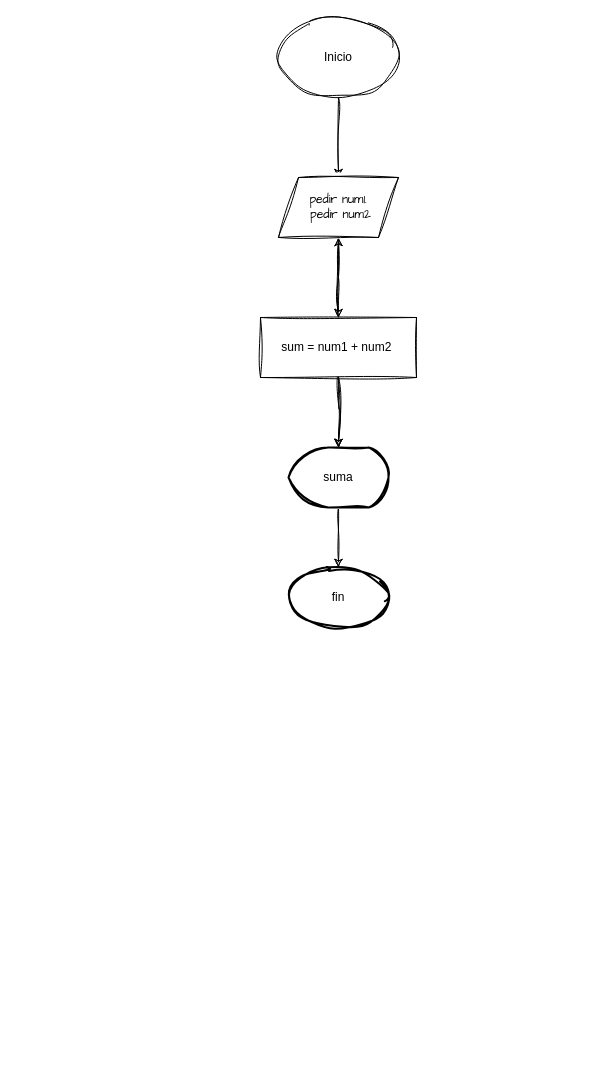
The draw.io diagram Entorno de desarollo/Draw/1.drawio in AlexisVennegas/FP-DUAL, before the edit. Source tidied: cells renumbered, new cells numbered last; positions are measured from the earlier drawing's top-left corner, leaving out a move shared by most shapes. Both pictures are drawn from the tidied source at 100%, with x=0, y=0 at pixel (260, 17).
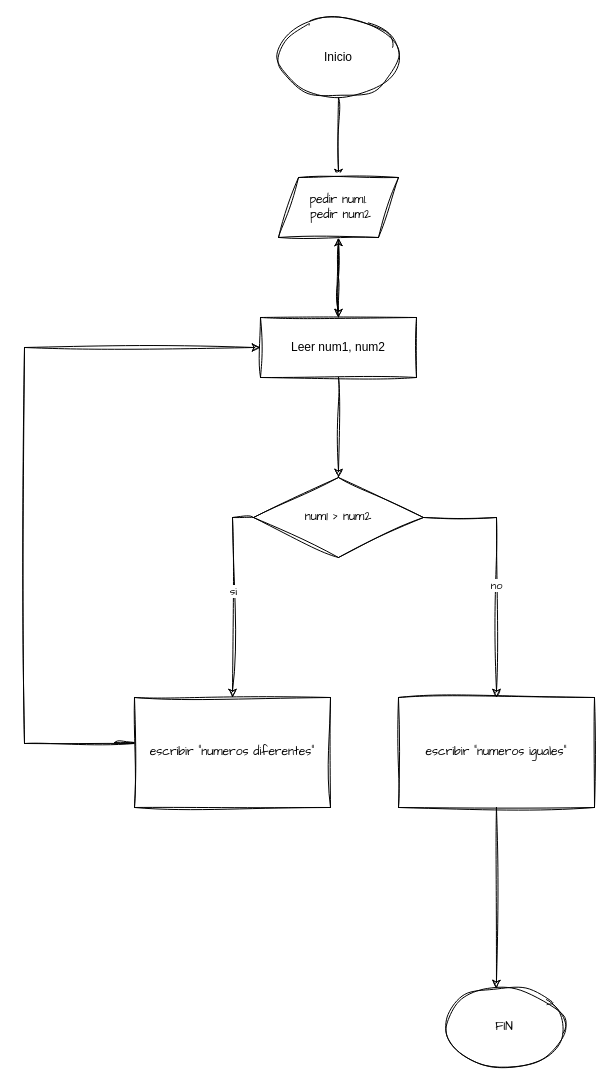
The same page after the edit.

The edit, as a diff of the source:
```diff
@@
-    <mxCell id="4" style="edgeStyle=orthogonalEdgeStyle;rounded=0;jettySize=auto;html=1;sketch=1;curveFitting=1;jiggle=2;labelBackgroundColor=none;fontColor=default;" parent="1" edge="1" source="5" target="6">
-      <mxGeometry relative="1" as="geometry" />
-    </mxCell>
-    <mxCell id="5" value="suma" style="strokeWidth=2;html=1;shape=mxgraph.flowchart.display;whiteSpace=wrap;sketch=1;curveFitting=1;jiggle=2;labelBackgroundColor=none;" parent="1" vertex="1">
-      <mxGeometry x="28" y="430" width="100" height="60" as="geometry" />
-    </mxCell>
-    <mxCell id="6" value="fin" style="strokeWidth=2;html=1;shape=mxgraph.flowchart.start_1;whiteSpace=wrap;sketch=1;curveFitting=1;jiggle=2;labelBackgroundColor=none;" parent="1" vertex="1">
-      <mxGeometry x="28" y="550" width="100" height="60" as="geometry" />
-    </mxCell>
-    <mxCell id="7" style="edgeStyle=orthogonalEdgeStyle;rounded=0;jettySize=auto;html=1;sketch=1;curveFitting=1;jiggle=2;labelBackgroundColor=none;fontColor=default;" parent="1" edge="1" target="5">
-      <mxGeometry relative="1" as="geometry">
-        <mxPoint x="78" y="350" as="sourcePoint" />
-      </mxGeometry>
-    </mxCell>
@@
-    <mxCell id="9" style="edgeStyle=orthogonalEdgeStyle;rounded=0;sketch=1;hachureGap=4;jiggle=2;curveFitting=1;jettySize=auto;html=1;fontFamily=Architects Daughter;exitX=0.5;exitY=1;exitDx=0;exitDy=0;labelBackgroundColor=none;fontColor=default;" parent="1" edge="1" source="10" target="5">
-      <mxGeometry relative="1" as="geometry" />
-    </mxCell>
+    <mxCell id="13" style="edgeStyle=orthogonalEdgeStyle;rounded=0;sketch=1;hachureGap=4;jiggle=2;curveFitting=1;jettySize=auto;html=1;entryX=0.5;entryY=0;entryDx=0;entryDy=0;fontFamily=Architects Daughter;" parent="1" edge="1" source="10" target="22">
+      <mxGeometry relative="1" as="geometry" />
+    </mxCell>
-    <mxCell id="10" value="sum = num1 + num2&amp;nbsp;" style="whiteSpace=wrap;html=1;sketch=1;curveFitting=1;jiggle=2;labelBackgroundColor=none;" parent="1" vertex="1">
+    <mxCell id="10" value="Leer num1, num2" style="whiteSpace=wrap;html=1;sketch=1;curveFitting=1;jiggle=2;labelBackgroundColor=none;" parent="1" vertex="1">
       <mxGeometry y="300" width="156" height="60" as="geometry" />
     </mxCell>
@@
+    <mxCell id="14" style="edgeStyle=orthogonalEdgeStyle;rounded=0;sketch=1;hachureGap=4;jiggle=2;curveFitting=1;jettySize=auto;html=1;exitX=0;exitY=0.5;exitDx=0;exitDy=0;entryX=0.5;entryY=0;entryDx=0;entryDy=0;fontFamily=Architects Daughter;" parent="1" edge="1" source="22" target="19">
+      <mxGeometry relative="1" as="geometry" />
+    </mxCell>
+    <mxCell id="15" value="&amp;nbsp; si&amp;nbsp; &amp;nbsp;" style="edgeLabel;html=1;align=center;verticalAlign=middle;sketch=1;hachureGap=4;jiggle=2;curveFitting=1;fontFamily=Architects Daughter;" parent="14" vertex="1">
+      <mxGeometry x="-0.06" y="2" relative="1" as="geometry" />
+    </mxCell>
+    <mxCell id="16" style="edgeStyle=orthogonalEdgeStyle;rounded=0;sketch=1;hachureGap=4;jiggle=2;curveFitting=1;jettySize=auto;html=1;exitX=1;exitY=0.5;exitDx=0;exitDy=0;fontFamily=Architects Daughter;" parent="1" edge="1" source="22" target="20">
+      <mxGeometry relative="1" as="geometry" />
+    </mxCell>
+    <mxCell id="17" value="&amp;nbsp; no&amp;nbsp;&amp;nbsp;" style="edgeLabel;html=1;align=center;verticalAlign=middle;sketch=1;hachureGap=4;jiggle=2;curveFitting=1;fontFamily=Architects Daughter;" parent="16" vertex="1">
+      <mxGeometry x="0.11" y="-1" relative="1" as="geometry" />
+    </mxCell>
+    <mxCell id="18" style="edgeStyle=orthogonalEdgeStyle;rounded=0;sketch=1;hachureGap=4;jiggle=2;curveFitting=1;jettySize=auto;html=1;fontFamily=Architects Daughter;entryX=0;entryY=0.5;entryDx=0;entryDy=0;" parent="1" edge="1" target="10">
+      <mxGeometry relative="1" as="geometry">
+        <mxPoint x="-146" y="725" as="sourcePoint" />
+        <Array as="points">
+          <mxPoint x="-126" y="725" />
+          <mxPoint x="-126" y="726" />
+          <mxPoint x="-236" y="726" />
+          <mxPoint x="-236" y="330" />
+        </Array>
+      </mxGeometry>
+    </mxCell>
+    <mxCell id="19" value="escribir &quot;numeros diferentes&quot;" style="rounded=0;whiteSpace=wrap;html=1;sketch=1;hachureGap=4;jiggle=2;curveFitting=1;fontFamily=Architects Daughter;" parent="1" vertex="1">
+      <mxGeometry x="-126" y="680" width="196" height="110" as="geometry" />
+    </mxCell>
+    <mxCell id="20" value="escribir &quot;numeros iguales&quot;" style="rounded=0;whiteSpace=wrap;html=1;sketch=1;hachureGap=4;jiggle=2;curveFitting=1;fontFamily=Architects Daughter;" parent="1" vertex="1">
+      <mxGeometry x="138" y="680" width="196" height="110" as="geometry" />
+    </mxCell>
+    <mxCell id="21" value="FIN" style="ellipse;whiteSpace=wrap;html=1;sketch=1;hachureGap=4;jiggle=2;curveFitting=1;fontFamily=Architects Daughter;" parent="1" vertex="1">
+      <mxGeometry x="184" y="970" width="120" height="80" as="geometry" />
+    </mxCell>
+    <mxCell id="22" value="num1 &amp;gt; num2" style="rhombus;whiteSpace=wrap;html=1;sketch=1;hachureGap=4;jiggle=2;curveFitting=1;fontFamily=Architects Daughter;" parent="1" vertex="1">
+      <mxGeometry x="-7" y="460" width="170" height="80" as="geometry" />
+    </mxCell>
+    <mxCell id="23" style="edgeStyle=orthogonalEdgeStyle;rounded=0;sketch=1;hachureGap=4;jiggle=2;curveFitting=1;jettySize=auto;html=1;entryX=0.433;entryY=0.013;entryDx=0;entryDy=0;entryPerimeter=0;fontFamily=Architects Daughter;" parent="1" edge="1" source="20" target="21">
+      <mxGeometry relative="1" as="geometry" />
+    </mxCell>
```
